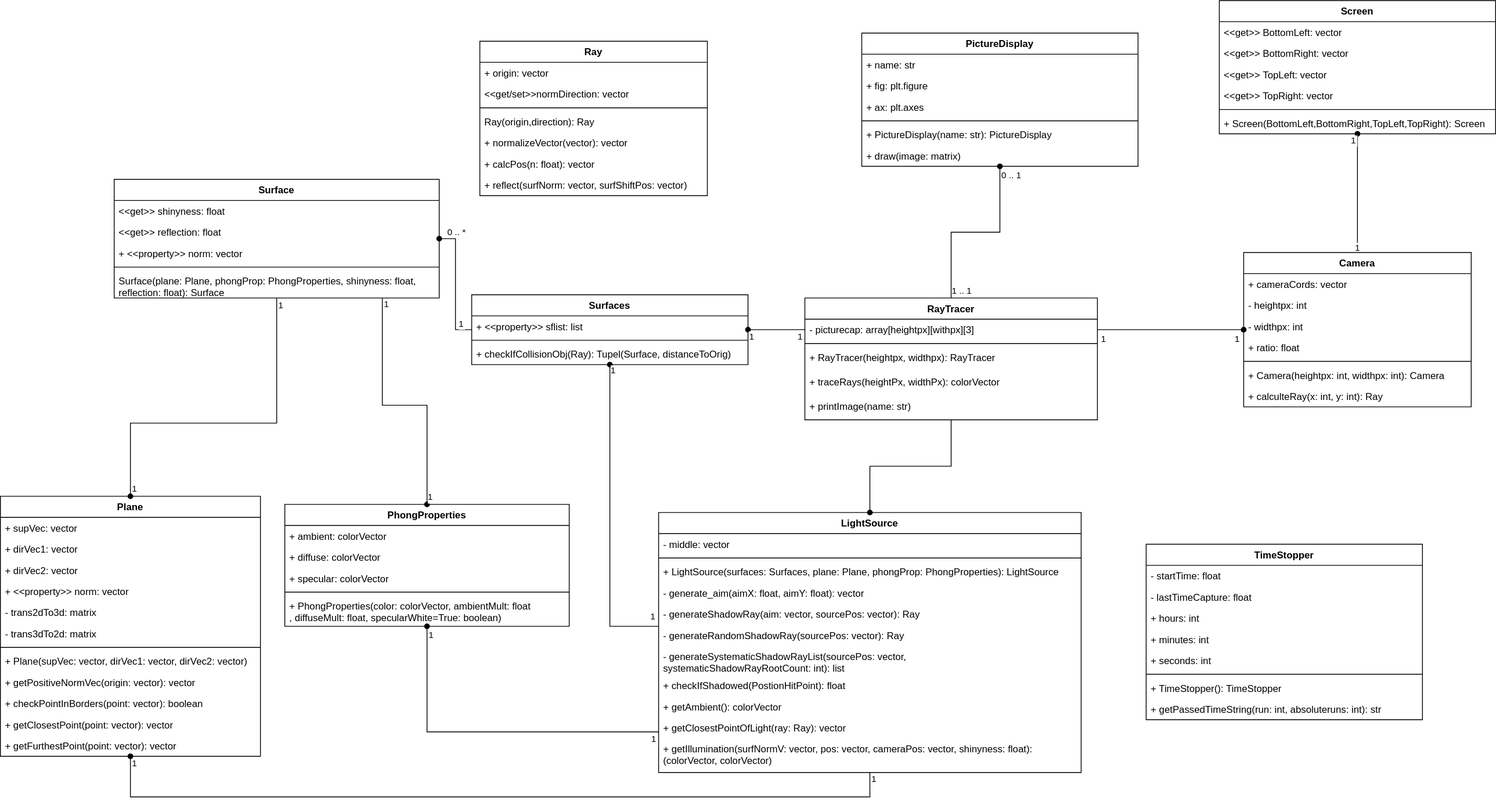
This is rayclasses.svg from FreshMax9000/RayTrace, a draw.io export, as it was before one commit. Source tidied: cells renumbered, new cells last; positions are measured from the earlier drawing's top-left corner, leaving out a move shared by most shapes.
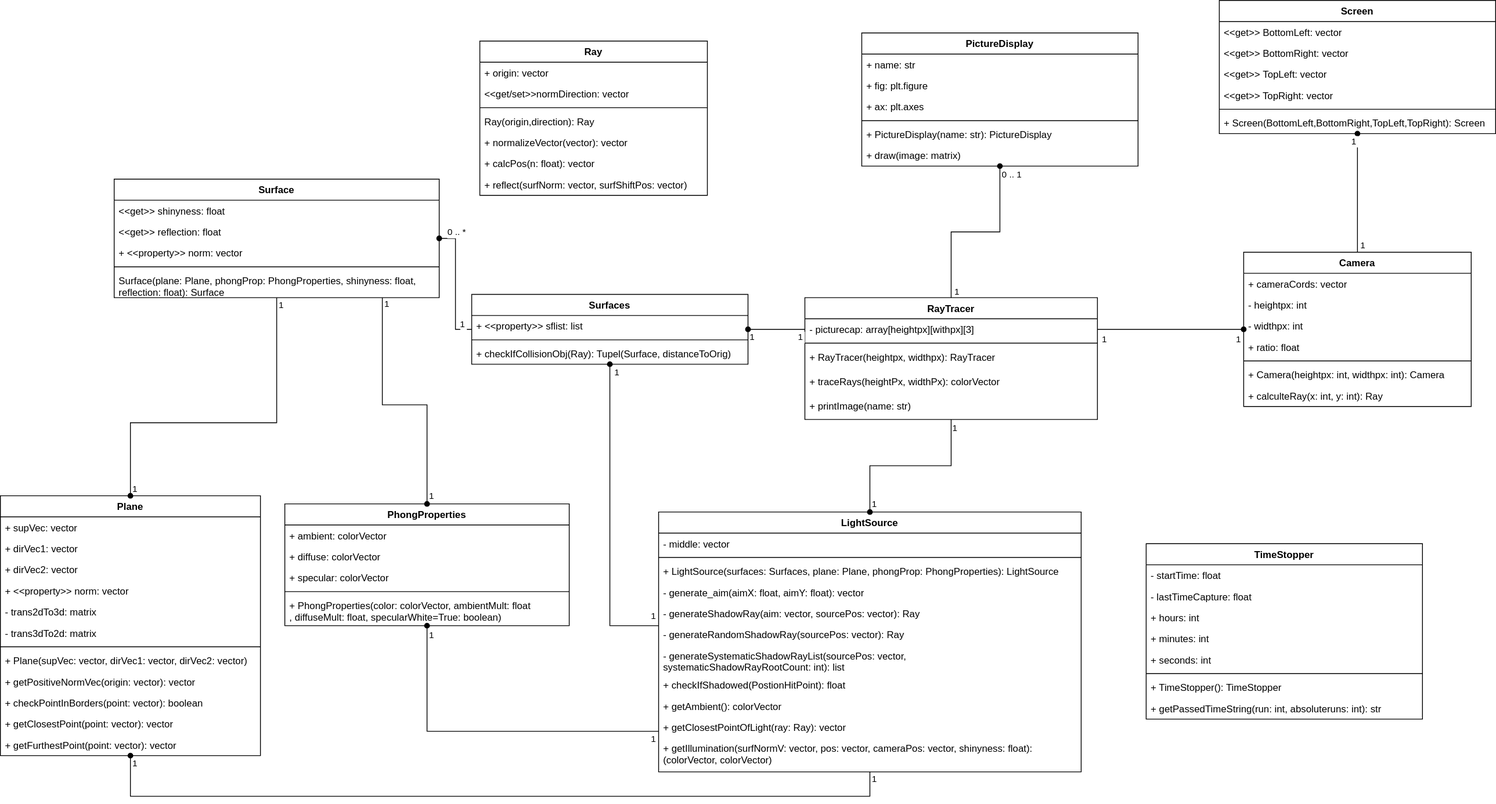
The same diagram one commit later.

The edit, as a diff of the source:
```diff
@@ -86,9 +86,9 @@
         <mxPoint x="14" y="-23" as="offset" />
       </mxGeometry>
     </mxCell>
-    <mxCell id="28" value="1 .. 1" style="edgeLabel;align=center;verticalAlign=middle;" parent="26" vertex="1">
+    <mxCell id="28" value="1 " style="edgeLabel;align=center;verticalAlign=middle;" parent="26" vertex="1">
       <mxGeometry x="-0.79" relative="1" as="geometry">
-        <mxPoint x="13" y="14" as="offset" />
+        <mxPoint x="8" y="15" as="offset" />
       </mxGeometry>
     </mxCell>
     <mxCell id="29" value="RayTracer" style="swimlane;fontStyle=1;align=center;verticalAlign=top;horizontal=1;startSize=26;" parent="1" vertex="1">
@@ -113,7 +113,9 @@
       <mxGeometry relative="1" as="geometry" />
     </mxCell>
     <mxCell id="36" value="1" style="edgeLabel;align=center;verticalAlign=middle;" parent="35" vertex="1">
-      <mxGeometry x="-0.91" relative="1" as="geometry" />
+      <mxGeometry x="-0.91" relative="1" as="geometry">
+        <mxPoint x="6" y="-4" as="offset" />
+      </mxGeometry>
     </mxCell>
     <mxCell id="37" value="1" style="edgeLabel;align=center;verticalAlign=middle;" parent="35" vertex="1">
       <mxGeometry x="0.92" y="1" relative="1" as="geometry">
@@ -165,7 +167,7 @@
     </mxCell>
     <mxCell id="51" value="1" style="edgeLabel;align=center;verticalAlign=middle;" parent="50" vertex="1">
       <mxGeometry x="0.95" y="-2" relative="1" as="geometry">
-        <mxPoint x="2" y="-3" as="offset" />
+        <mxPoint x="6" y="-1" as="offset" />
       </mxGeometry>
     </mxCell>
     <mxCell id="52" value="1" style="edgeLabel;align=center;verticalAlign=middle;" parent="50" vertex="1">
@@ -361,12 +363,22 @@
     </mxCell>
     <mxCell id="101" value="1" style="edgeLabel;align=center;verticalAlign=middle;" parent="99" vertex="1">
       <mxGeometry x="-0.86" y="-1" relative="1" as="geometry">
-        <mxPoint x="3" y="11" as="offset" />
+        <mxPoint x="4" y="11" as="offset" />
       </mxGeometry>
     </mxCell>
     <mxCell id="102" style="edgeStyle=orthogonalEdgeStyle;rounded=0;jettySize=auto;exitX=0.5;exitY=0;exitDx=0;exitDy=0;startArrow=oval;startFill=1;endArrow=none;endFill=0;" parent="1" edge="1" source="78" target="29">
       <mxGeometry relative="1" as="geometry" />
     </mxCell>
+    <mxCell id="119" value="1" style="edgeLabel;align=center;verticalAlign=middle;" parent="102" vertex="1">
+      <mxGeometry x="0.86" y="2" relative="1" as="geometry">
+        <mxPoint x="6" y="-7" as="offset" />
+      </mxGeometry>
+    </mxCell>
+    <mxCell id="120" value="1" style="edgeLabel;align=center;verticalAlign=middle;" parent="102" vertex="1">
+      <mxGeometry x="-0.88" y="-2" relative="1" as="geometry">
+        <mxPoint x="3" y="3" as="offset" />
+      </mxGeometry>
+    </mxCell>
     <mxCell id="103" value="TimeStopper" style="swimlane;fontStyle=1;align=center;verticalAlign=top;horizontal=1;startSize=26;" parent="1" vertex="1">
       <mxGeometry x="1410" y="669" width="340" height="216" as="geometry" />
     </mxCell>
```
